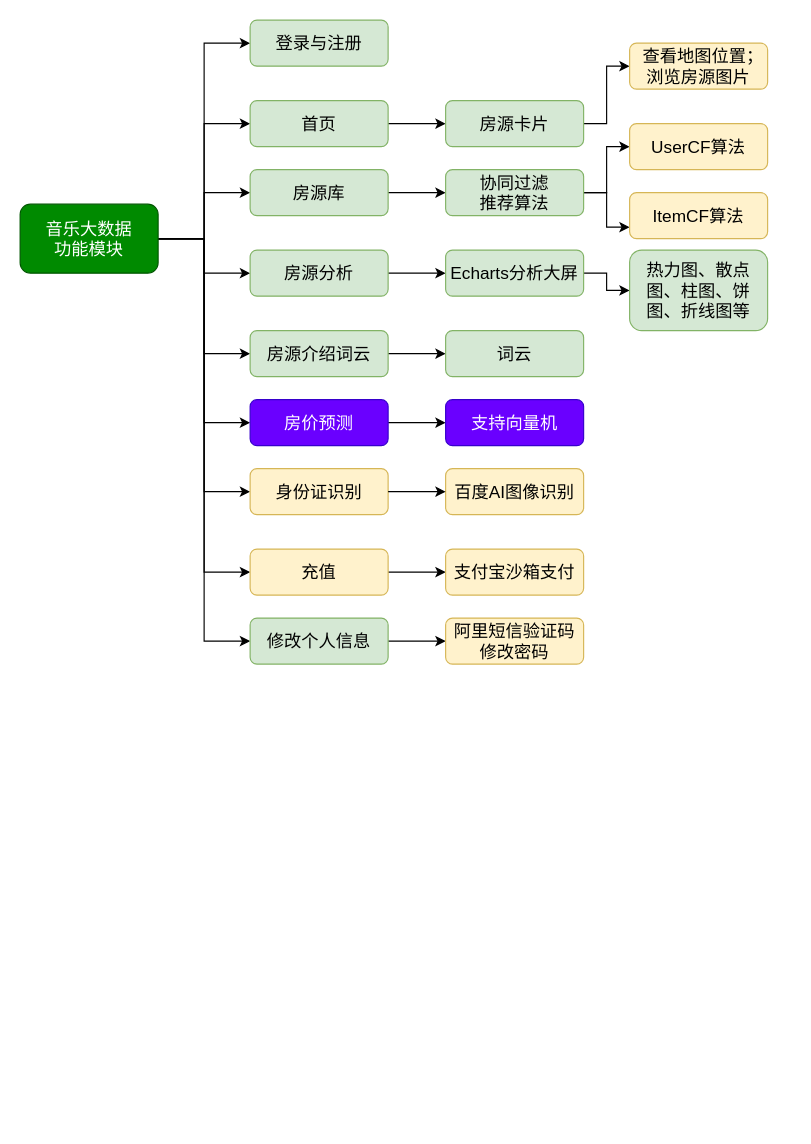
redcomet88/DRAW keeps this draw.io diagram as flask-音乐大数据【A】.drawio. Above is the earlier version. Source tidied: cells renumbered, new cells numbered last; positions are measured from the earlier drawing's top-left corner, leaving out a move shared by most shapes. Both pictures are drawn from the tidied source at 115%, with x=0, y=0 at pixel (20, 20).
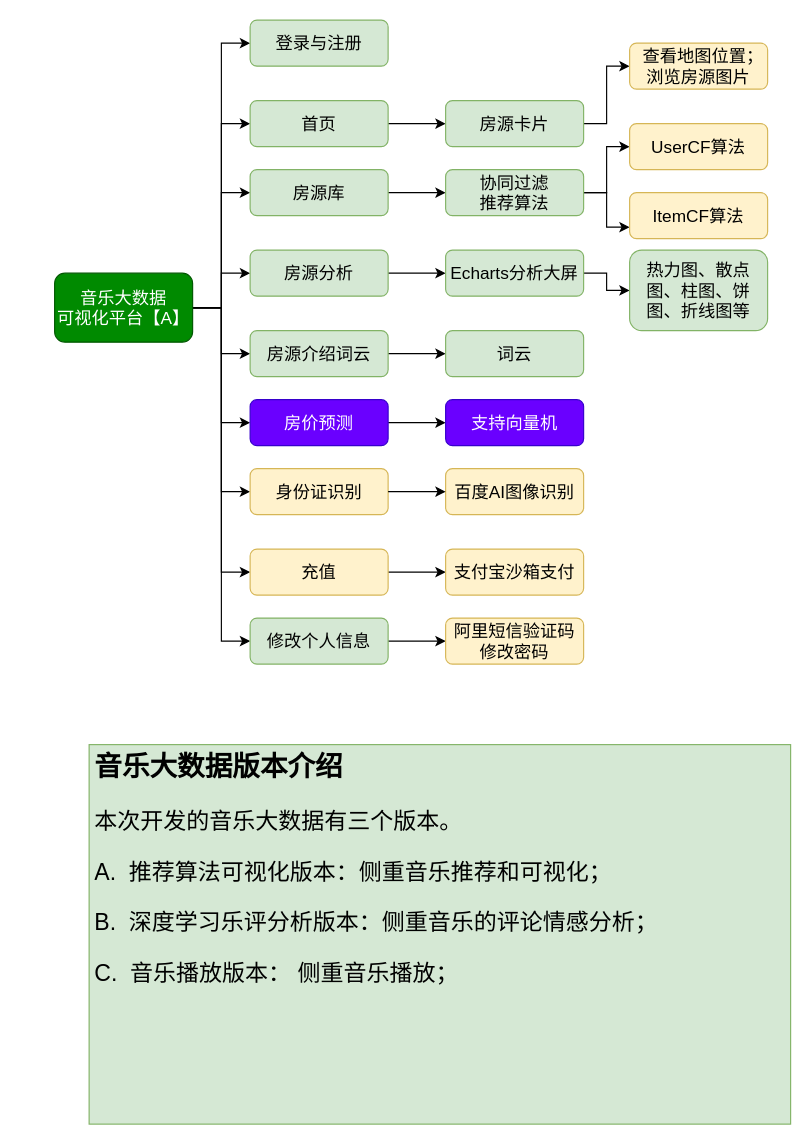
Above is the later version.

Commit message:
Update flask-音乐大数据【A】.drawio

Change to the diagram source:
```diff
@@
-    <mxCell id="11" value="音乐大数据&lt;br&gt;功能模块" style="rounded=1;whiteSpace=wrap;html=1;fontSize=15;fillColor=#008a00;strokeColor=#005700;fontColor=#ffffff;" parent="1" vertex="1">
-      <mxGeometry y="160" width="120" height="60" as="geometry" />
+    <mxCell id="11" value="音乐大数据&lt;br&gt;可视化平台【A】" style="rounded=1;whiteSpace=wrap;html=1;fontSize=15;fillColor=#008a00;strokeColor=#005700;fontColor=#ffffff;" parent="1" vertex="1">
+      <mxGeometry x="30" y="220" width="120" height="60" as="geometry" />
     </mxCell>
@@
+    <mxCell id="45" value="&lt;h1&gt;音乐大数据版本介绍&lt;/h1&gt;&lt;p style=&quot;font-size: 20px&quot;&gt;&lt;font style=&quot;font-size: 20px&quot;&gt;本次开发的音乐大数据有三个版本。&lt;/font&gt;&lt;/p&gt;&lt;p style=&quot;font-size: 20px&quot;&gt;A.&amp;nbsp; 推荐算法可视化版本：侧重音乐推荐和可视化；&lt;/p&gt;&lt;p style=&quot;font-size: 20px&quot;&gt;B.&amp;nbsp; 深度学习乐评分析版本：侧重音乐的评论情感分析；&lt;/p&gt;&lt;p style=&quot;font-size: 20px&quot;&gt;C.&amp;nbsp; 音乐播放版本： 侧重音乐播放；&lt;/p&gt;&lt;p style=&quot;font-size: 20px&quot;&gt;&lt;br&gt;&lt;/p&gt;&lt;p style=&quot;font-size: 20px&quot;&gt;&lt;br&gt;&lt;/p&gt;&lt;p style=&quot;font-size: 20px&quot;&gt;&lt;font style=&quot;font-size: 20px&quot;&gt;&amp;nbsp; &amp;nbsp; &amp;nbsp; &amp;nbsp;&amp;nbsp;&lt;/font&gt;&lt;/p&gt;&lt;p style=&quot;font-size: 20px&quot;&gt;&lt;br&gt;&lt;/p&gt;&lt;p style=&quot;font-size: 20px&quot;&gt;&lt;br&gt;&lt;/p&gt;" style="text;html=1;strokeColor=#82b366;fillColor=#d5e8d4;spacing=5;spacingTop=-20;whiteSpace=wrap;overflow=hidden;rounded=0;" parent="1" vertex="1">
+      <mxGeometry x="60" y="630" width="610" height="330" as="geometry" />
+    </mxCell>
```
